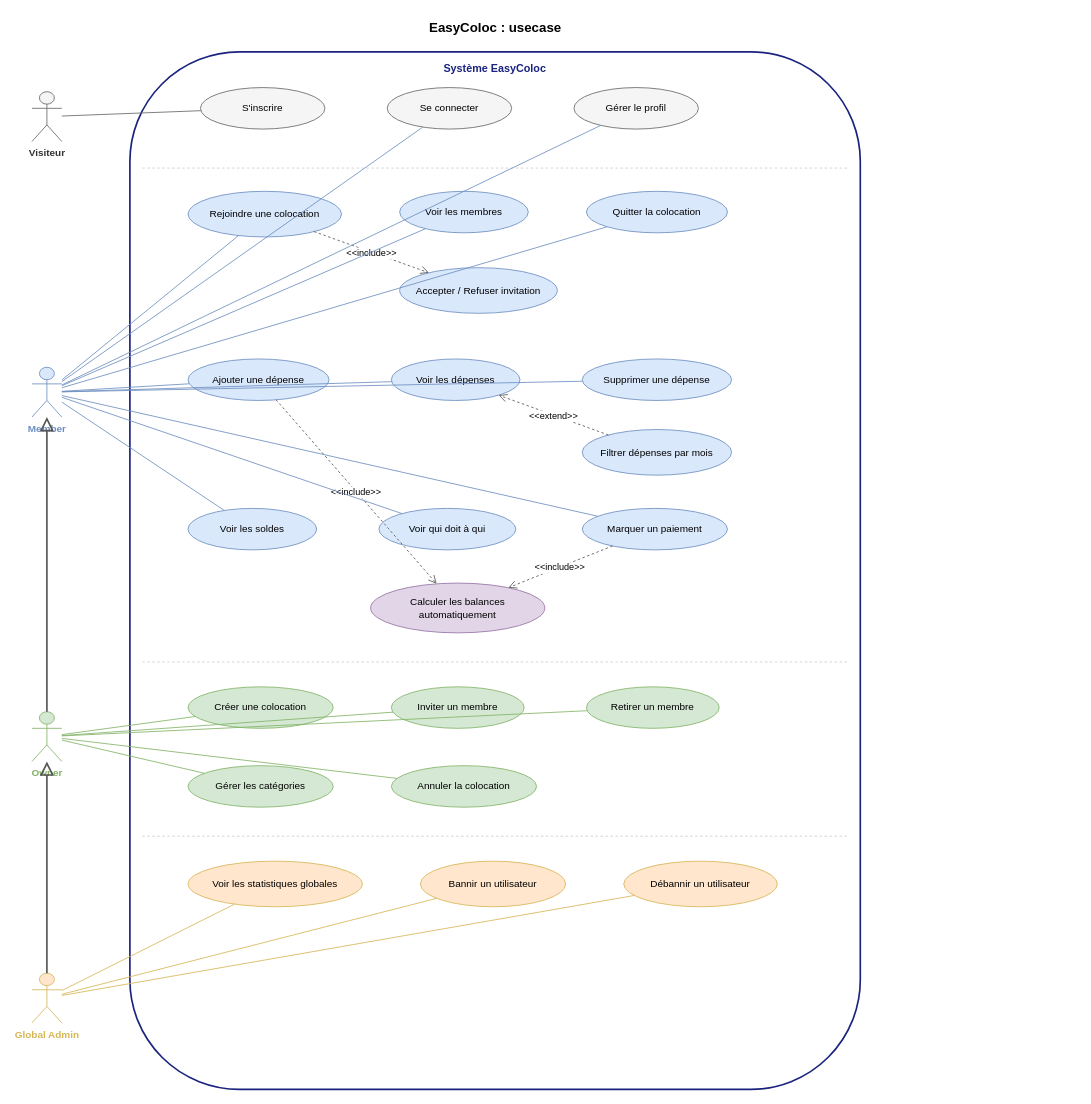
Earlier version of the draw.io diagram docs/usecase.drawio (hamzalafsioui/EasyColoc). Source tidied: cells renumbered, new cells numbered last; positions are measured from the earlier drawing's top-left corner, leaving out a move shared by most shapes. Both pictures are drawn from the tidied source at 83%, with x=0, y=0 at pixel (32, 14).
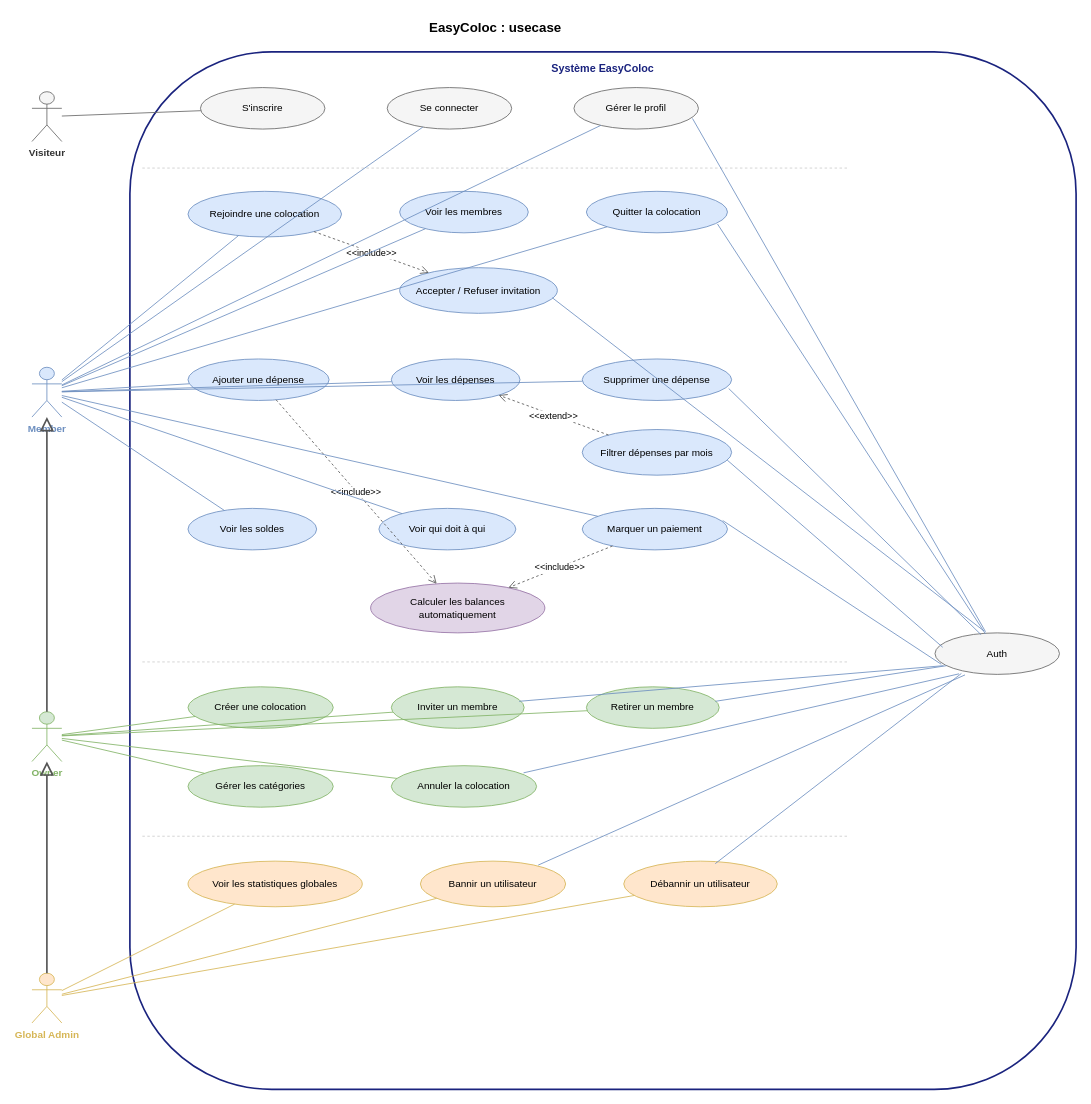
The same diagram, later.

Unchanged cells that the change refers to:
```xml
<mxCell id="14" value="Gérer le profil" style="ellipse;whiteSpace=wrap;html=1;fillColor=#f5f5f5;strokeColor=#666666;fontSize=12;" parent="1" vertex="1">
  <mxGeometry x="653" y="88" width="150" height="50" as="geometry" />
</mxCell>
<mxCell id="17" value="Quitter la colocation" style="ellipse;whiteSpace=wrap;html=1;fillColor=#dae8fc;strokeColor=#6c8ebf;fontSize=12;" parent="1" vertex="1">
  <mxGeometry x="668" y="213" width="170" height="50" as="geometry" />
</mxCell>
<mxCell id="18" value="Accepter / Refuser invitation" style="ellipse;whiteSpace=wrap;html=1;fillColor=#dae8fc;strokeColor=#6c8ebf;fontSize=12;" parent="1" vertex="1">
  <mxGeometry x="443" y="305" width="190" height="55" as="geometry" />
</mxCell>
<mxCell id="22" value="Supprimer une dépense" style="ellipse;whiteSpace=wrap;html=1;fillColor=#dae8fc;strokeColor=#6c8ebf;fontSize=12;" parent="1" vertex="1">
  <mxGeometry x="663" y="415" width="180" height="50" as="geometry" />
</mxCell>
<mxCell id="23" value="Filtrer dépenses par mois" style="ellipse;whiteSpace=wrap;html=1;fillColor=#dae8fc;strokeColor=#6c8ebf;fontSize=12;" parent="1" vertex="1">
  <mxGeometry x="663" y="500" width="180" height="55" as="geometry" />
</mxCell>
<mxCell id="27" value="Marquer un paiement" style="ellipse;whiteSpace=wrap;html=1;fillColor=#dae8fc;strokeColor=#6c8ebf;fontSize=12;" parent="1" vertex="1">
  <mxGeometry x="663" y="595" width="175" height="50" as="geometry" />
</mxCell>
<mxCell id="32" value="Inviter un membre" style="ellipse;whiteSpace=wrap;html=1;fillColor=#d5e8d4;strokeColor=#82b366;fontSize=12;" parent="1" vertex="1">
  <mxGeometry x="433" y="810" width="160" height="50" as="geometry" />
</mxCell>
<mxCell id="33" value="Retirer un membre" style="ellipse;whiteSpace=wrap;html=1;fillColor=#d5e8d4;strokeColor=#82b366;fontSize=12;" parent="1" vertex="1">
  <mxGeometry x="668" y="810" width="160" height="50" as="geometry" />
</mxCell>
<mxCell id="35" value="Annuler la colocation" style="ellipse;whiteSpace=wrap;html=1;fillColor=#d5e8d4;strokeColor=#82b366;fontSize=12;" parent="1" vertex="1">
  <mxGeometry x="433" y="905" width="175" height="50" as="geometry" />
</mxCell>
<mxCell id="37" value="Bannir un utilisateur" style="ellipse;whiteSpace=wrap;html=1;fillColor=#ffe6cc;strokeColor=#d6b656;fontSize=12;" parent="1" vertex="1">
  <mxGeometry x="468" y="1020" width="175" height="55" as="geometry" />
</mxCell>
<mxCell id="38" value="Débannir un utilisateur" style="ellipse;whiteSpace=wrap;html=1;fillColor=#ffe6cc;strokeColor=#d6b656;fontSize=12;" parent="1" vertex="1">
  <mxGeometry x="713" y="1020" width="185" height="55" as="geometry" />
</mxCell>
```

Diff of the diagram source:
```diff
@@
     <mxCell id="3" value="Système EasyColoc" style="rounded=1;whiteSpace=wrap;html=1;fillColor=none;strokeColor=#1a237e;strokeWidth=2;fontSize=13;fontStyle=1;fontColor=#1a237e;verticalAlign=top;spacingTop=6;align=center;" parent="1" vertex="1">
-      <mxGeometry x="118" y="45" width="880" height="1250" as="geometry" />
+      <mxGeometry x="118" y="45" width="1140" height="1250" as="geometry" />
     </mxCell>
@@
+    <mxCell id="60" value="Auth" style="ellipse;whiteSpace=wrap;html=1;fillColor=#f5f5f5;strokeColor=#666666;fontSize=12;" parent="1" vertex="1">
+      <mxGeometry x="1088" y="745" width="150" height="50" as="geometry" />
+    </mxCell>
+    <mxCell id="61" style="endArrow=none;strokeColor=#6c8ebf;entryX=0.37;entryY=0.044;entryDx=0;entryDy=0;entryPerimeter=0;exitX=0.98;exitY=0.711;exitDx=0;exitDy=0;exitPerimeter=0;" parent="1" edge="1" source="22" target="60">
+      <mxGeometry relative="1" as="geometry" />
+    </mxCell>
+    <mxCell id="62" style="endArrow=none;strokeColor=#6c8ebf;entryX=0.406;entryY=0.027;entryDx=0;entryDy=0;entryPerimeter=0;exitX=0.929;exitY=0.787;exitDx=0;exitDy=0;exitPerimeter=0;" parent="1" edge="1" source="17" target="60">
+      <mxGeometry relative="1" as="geometry" />
+    </mxCell>
+    <mxCell id="63" style="endArrow=none;strokeColor=#6c8ebf;entryX=0.406;entryY=-0.027;entryDx=0;entryDy=0;entryPerimeter=0;exitX=0.952;exitY=0.744;exitDx=0;exitDy=0;exitPerimeter=0;" parent="1" edge="1" source="14" target="60">
+      <mxGeometry relative="1" as="geometry" />
+    </mxCell>
+    <mxCell id="64" style="endArrow=none;strokeColor=#6c8ebf;entryX=0.394;entryY=-0.044;entryDx=0;entryDy=0;entryPerimeter=0;exitX=0.968;exitY=0.659;exitDx=0;exitDy=0;exitPerimeter=0;" parent="1" edge="1" source="18" target="60">
+      <mxGeometry relative="1" as="geometry" />
+    </mxCell>
+    <mxCell id="65" style="endArrow=none;strokeColor=#6c8ebf;entryX=0.062;entryY=0.347;entryDx=0;entryDy=0;entryPerimeter=0;exitX=0.97;exitY=0.669;exitDx=0;exitDy=0;exitPerimeter=0;" parent="1" edge="1" source="23" target="60">
+      <mxGeometry relative="1" as="geometry" />
+    </mxCell>
+    <mxCell id="66" style="endArrow=none;strokeColor=#6c8ebf;entryX=0.05;entryY=0.756;entryDx=0;entryDy=0;entryPerimeter=0;exitX=0.967;exitY=0.293;exitDx=0;exitDy=0;exitPerimeter=0;" parent="1" edge="1" source="27" target="60">
+      <mxGeometry relative="1" as="geometry" />
+    </mxCell>
+    <mxCell id="67" style="endArrow=none;strokeColor=#6c8ebf;entryX=0.092;entryY=0.791;entryDx=0;entryDy=0;entryPerimeter=0;exitX=0.971;exitY=0.349;exitDx=0;exitDy=0;exitPerimeter=0;" parent="1" edge="1" source="33" target="60">
+      <mxGeometry relative="1" as="geometry" />
+    </mxCell>
+    <mxCell id="68" style="endArrow=none;strokeColor=#6c8ebf;entryX=0.068;entryY=0.791;entryDx=0;entryDy=0;entryPerimeter=0;exitX=0.962;exitY=0.349;exitDx=0;exitDy=0;exitPerimeter=0;" parent="1" edge="1" source="32" target="60">
+      <mxGeometry relative="1" as="geometry" />
+    </mxCell>
+    <mxCell id="69" style="endArrow=none;strokeColor=#6c8ebf;entryX=0.193;entryY=0.987;entryDx=0;entryDy=0;entryPerimeter=0;exitX=0.91;exitY=0.173;exitDx=0;exitDy=0;exitPerimeter=0;" parent="1" edge="1" source="35" target="60">
+      <mxGeometry relative="1" as="geometry" />
+    </mxCell>
+    <mxCell id="70" style="endArrow=none;strokeColor=#6c8ebf;entryX=0.212;entryY=0.978;entryDx=0;entryDy=0;entryPerimeter=0;exitX=0.596;exitY=0.055;exitDx=0;exitDy=0;exitPerimeter=0;" parent="1" edge="1" source="38" target="60">
+      <mxGeometry relative="1" as="geometry" />
+    </mxCell>
+    <mxCell id="71" style="endArrow=none;strokeColor=#6c8ebf;entryX=0.241;entryY=1.013;entryDx=0;entryDy=0;entryPerimeter=0;exitX=0.811;exitY=0.087;exitDx=0;exitDy=0;exitPerimeter=0;" parent="1" edge="1" source="37" target="60">
+      <mxGeometry relative="1" as="geometry" />
+    </mxCell>
```
